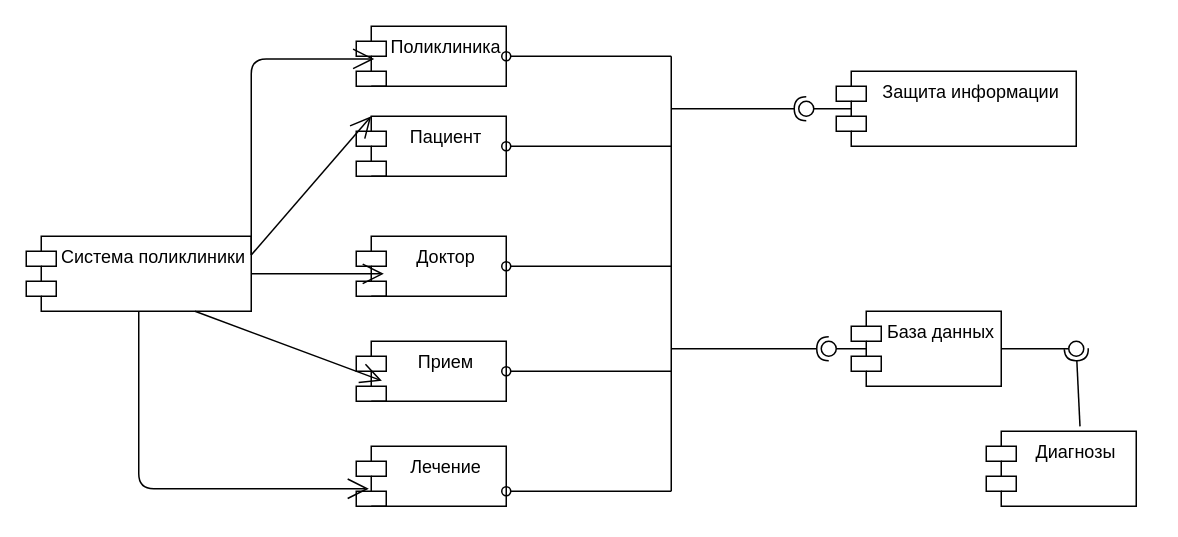
VikaYakunina/lemongatorade keeps this draw.io diagram as DAoSS/Диаграмма_компонентов.drawio. Above is the earlier version. Source tidied: cells renumbered, new cells numbered last; positions are measured from the earlier drawing's top-left corner, leaving out a move shared by most shapes. Both pictures are drawn from the tidied source at 150%, with x=0, y=0 at pixel (26, 26).
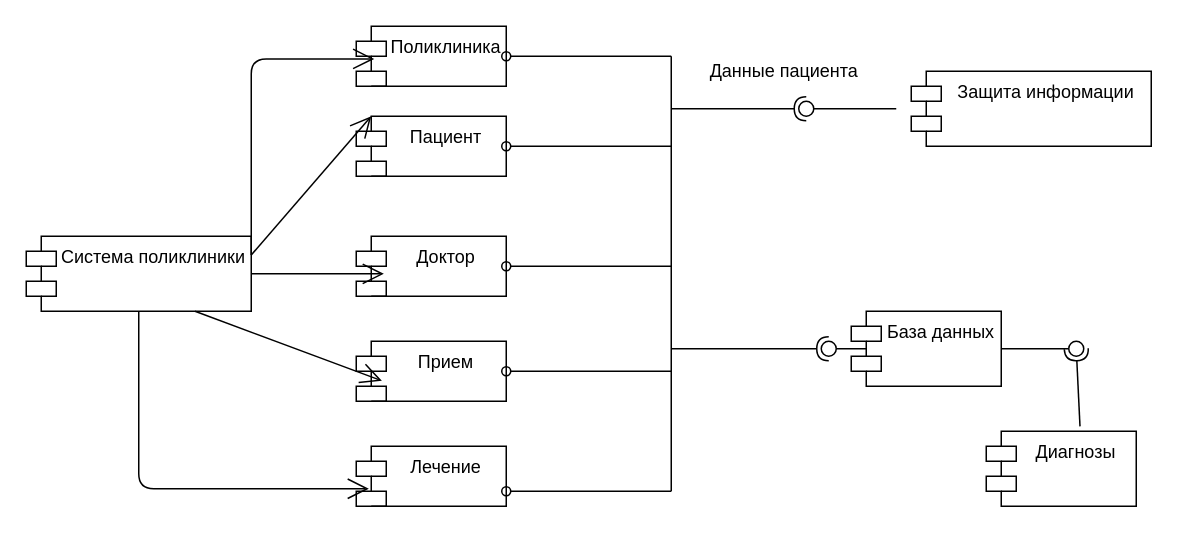
Above is the later version.

The edit, as a diff of the source:
```diff
@@
     <mxCell id="25" value="Защита информации" style="shape=module;align=left;spacingLeft=20;align=center;verticalAlign=top;" parent="1" vertex="1">
-      <mxGeometry x="540" y="30" width="160" height="50" as="geometry" />
+      <mxGeometry x="590" y="30" width="160" height="50" as="geometry" />
     </mxCell>
@@
+    <mxCell id="31" value="Данные пациента" style="text;html=1;align=center;verticalAlign=middle;fillColor=none;strokeColor=none;rounded=0;" parent="1" vertex="1">
+      <mxGeometry x="450" y="20" width="110" height="20" as="geometry" />
+    </mxCell>
```
